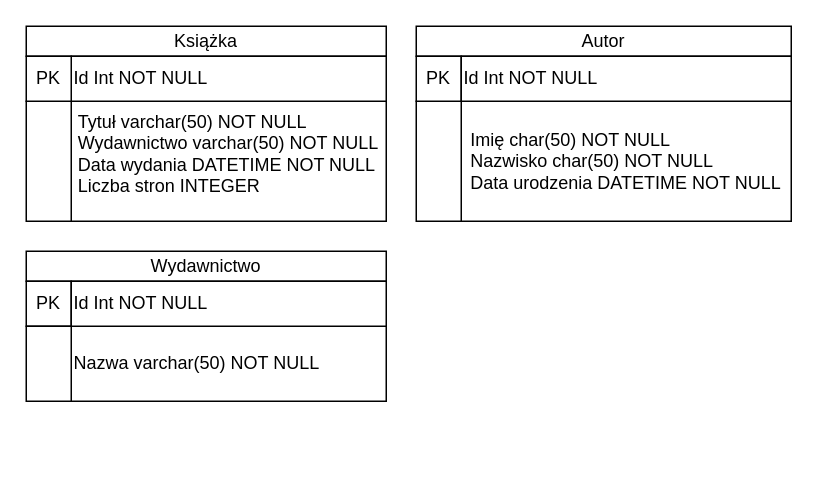
Earlier version of the draw.io diagram lab01/zad1.drawio (Korreq/RBD_PJATK). Source tidied: cells renumbered, new cells numbered last; positions are measured from the earlier drawing's top-left corner, leaving out a move shared by most shapes. Both pictures are drawn from the tidied source at 150%, with x=0, y=0 at pixel (26, 26).
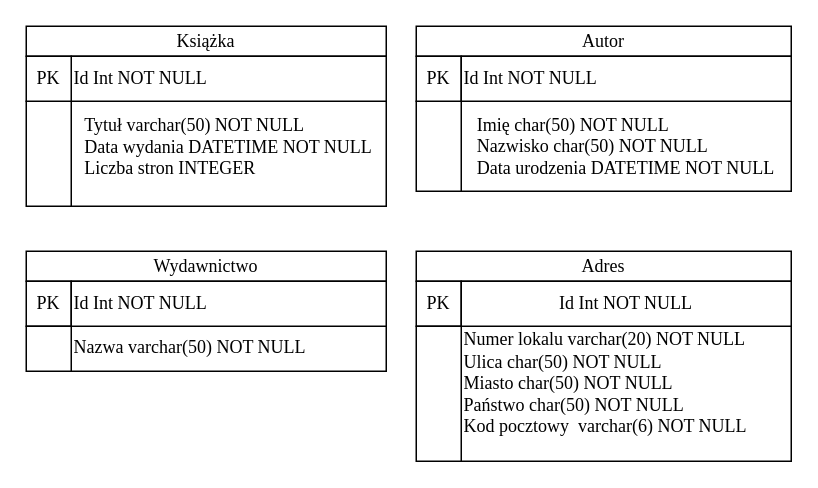
After the change.

The edit, as a diff of the source:
```diff
@@
-    <mxCell id="2" value="&lt;div align=&quot;left&quot;&gt;&amp;nbsp;&lt;span style=&quot;white-space: pre;&quot;&gt;&#9;&lt;/span&gt;&lt;br&gt;&lt;/div&gt;&lt;div align=&quot;left&quot;&gt;&lt;br&gt;&lt;/div&gt;&lt;div align=&quot;left&quot;&gt;Tytuł varchar(50) NOT NULL&lt;/div&gt;&lt;div align=&quot;left&quot;&gt;Wydawnictwo varchar(50) NOT NULL&lt;/div&gt;&lt;div align=&quot;left&quot;&gt;Data wydania DATETIME NOT NULL&lt;/div&gt;&lt;div align=&quot;left&quot;&gt;Liczba stron INTEGER &lt;br&gt;&lt;/div&gt;&lt;blockquote&gt;&lt;div align=&quot;center&quot;&gt;&lt;br&gt;&lt;/div&gt;&lt;/blockquote&gt;" style="rounded=0;whiteSpace=wrap;html=1;align=center;" parent="1" vertex="1">
-      <mxGeometry x="30" y="50" width="210" height="80" as="geometry" />
+    <mxCell id="2" value="&lt;div align=&quot;left&quot;&gt;&amp;nbsp;&lt;span style=&quot;white-space: pre;&quot;&gt;&#9;&lt;/span&gt;&lt;br&gt;&lt;/div&gt;&lt;div align=&quot;left&quot;&gt;&lt;br&gt;&lt;/div&gt;&lt;div align=&quot;left&quot;&gt;Tytuł varchar(50) NOT NULL&lt;/div&gt;&lt;div align=&quot;left&quot;&gt;Data wydania DATETIME NOT NULL&lt;/div&gt;&lt;div align=&quot;left&quot;&gt;Liczba stron INTEGER &lt;br&gt;&lt;/div&gt;&lt;blockquote&gt;&lt;div align=&quot;center&quot;&gt;&lt;br&gt;&lt;/div&gt;&lt;/blockquote&gt;" style="rounded=0;whiteSpace=wrap;html=1;align=center;fontFamily=Times New Roman;" parent="1" vertex="1">
+      <mxGeometry x="30" y="50" width="210" height="70" as="geometry" />
     </mxCell>
-    <mxCell id="3" value="&lt;div&gt;Książka&lt;/div&gt;" style="rounded=0;whiteSpace=wrap;html=1;" parent="1" vertex="1">
+    <mxCell id="3" value="&lt;div&gt;Książka&lt;/div&gt;" style="rounded=0;whiteSpace=wrap;html=1;fontFamily=Times New Roman;" parent="1" vertex="1">
       <mxGeometry width="240" height="20" as="geometry" />
     </mxCell>
-    <mxCell id="4" style="rounded=0;whiteSpace=wrap;html=1;" parent="1" vertex="1">
-      <mxGeometry y="50" width="30" height="80" as="geometry" />
+    <mxCell id="4" style="rounded=0;whiteSpace=wrap;html=1;fontFamily=Times New Roman;" parent="1" vertex="1">
+      <mxGeometry y="50" width="30" height="70" as="geometry" />
     </mxCell>
-    <mxCell id="5" value="&lt;div align=&quot;left&quot;&gt;Id Int NOT NULL&lt;/div&gt;" style="rounded=0;whiteSpace=wrap;html=1;align=left;" parent="1" vertex="1">
+    <mxCell id="5" value="&lt;div align=&quot;left&quot;&gt;Id Int NOT NULL&lt;/div&gt;" style="rounded=0;whiteSpace=wrap;html=1;align=left;fontFamily=Times New Roman;" parent="1" vertex="1">
       <mxGeometry x="30" y="20" width="210" height="30" as="geometry" />
     </mxCell>
-    <mxCell id="6" value="PK" style="rounded=0;whiteSpace=wrap;html=1;" parent="1" vertex="1">
+    <mxCell id="6" value="PK" style="rounded=0;whiteSpace=wrap;html=1;fontFamily=Times New Roman;" parent="1" vertex="1">
       <mxGeometry y="20" width="30" height="30" as="geometry" />
     </mxCell>
-    <mxCell id="7" value="&lt;div align=&quot;left&quot;&gt;Imię char(50) NOT NULL&lt;/div&gt;&lt;div align=&quot;left&quot;&gt;Nazwisko char(50) NOT NULL&lt;/div&gt;&lt;div align=&quot;left&quot;&gt;Data urodzenia DATETIME NOT NULL&lt;br&gt;&lt;/div&gt;" style="rounded=0;whiteSpace=wrap;html=1;" parent="1" vertex="1">
-      <mxGeometry x="290" y="50" width="220" height="80" as="geometry" />
+    <mxCell id="7" value="&lt;div align=&quot;left&quot;&gt;Imię char(50) NOT NULL&lt;/div&gt;&lt;div align=&quot;left&quot;&gt;Nazwisko char(50) NOT NULL&lt;/div&gt;&lt;div align=&quot;left&quot;&gt;Data urodzenia DATETIME NOT NULL&lt;br&gt;&lt;/div&gt;" style="rounded=0;whiteSpace=wrap;html=1;fontFamily=Times New Roman;" parent="1" vertex="1">
+      <mxGeometry x="290" y="50" width="220" height="60" as="geometry" />
     </mxCell>
-    <mxCell id="8" value="&lt;div&gt;Autor&lt;/div&gt;" style="rounded=0;whiteSpace=wrap;html=1;" parent="1" vertex="1">
+    <mxCell id="8" value="&lt;div&gt;Autor&lt;/div&gt;" style="rounded=0;whiteSpace=wrap;html=1;fontFamily=Times New Roman;" parent="1" vertex="1">
       <mxGeometry x="260" width="250" height="20" as="geometry" />
     </mxCell>
-    <mxCell id="9" style="rounded=0;whiteSpace=wrap;html=1;" parent="1" vertex="1">
-      <mxGeometry x="260" y="50" width="30" height="80" as="geometry" />
+    <mxCell id="9" style="rounded=0;whiteSpace=wrap;html=1;fontFamily=Times New Roman;" parent="1" vertex="1">
+      <mxGeometry x="260" y="50" width="30" height="60" as="geometry" />
     </mxCell>
-    <mxCell id="10" value="PK" style="rounded=0;whiteSpace=wrap;html=1;" parent="1" vertex="1">
+    <mxCell id="10" value="PK" style="rounded=0;whiteSpace=wrap;html=1;fontFamily=Times New Roman;" parent="1" vertex="1">
       <mxGeometry x="260" y="20" width="30" height="30" as="geometry" />
     </mxCell>
-    <mxCell id="11" value="Id Int NOT NULL" style="rounded=0;whiteSpace=wrap;html=1;align=left;" parent="1" vertex="1">
+    <mxCell id="11" value="Id Int NOT NULL" style="rounded=0;whiteSpace=wrap;html=1;align=left;fontFamily=Times New Roman;" parent="1" vertex="1">
       <mxGeometry x="290" y="20" width="220" height="30" as="geometry" />
     </mxCell>
-    <mxCell id="12" value="&lt;div&gt;Nazwa varchar(50) NOT NULL&lt;/div&gt;" style="rounded=0;whiteSpace=wrap;html=1;align=left;" parent="1" vertex="1">
-      <mxGeometry x="30" y="200" width="210" height="50" as="geometry" />
+    <mxCell id="12" value="&lt;div&gt;Nazwa varchar(50) NOT NULL&lt;/div&gt;" style="rounded=0;whiteSpace=wrap;html=1;align=left;fontFamily=Times New Roman;verticalAlign=top;" parent="1" vertex="1">
+      <mxGeometry x="30" y="200" width="210" height="30" as="geometry" />
     </mxCell>
-    <mxCell id="13" value="Wydawnictwo" style="rounded=0;whiteSpace=wrap;html=1;" parent="1" vertex="1">
+    <mxCell id="13" value="Wydawnictwo" style="rounded=0;whiteSpace=wrap;html=1;fontFamily=Times New Roman;" parent="1" vertex="1">
       <mxGeometry y="150" width="240" height="20" as="geometry" />
     </mxCell>
-    <mxCell id="14" value="&lt;div align=&quot;center&quot;&gt;PK&lt;span style=&quot;white-space: pre;&quot;&gt;&lt;/span&gt;&lt;/div&gt;" style="rounded=0;whiteSpace=wrap;html=1;" parent="1" vertex="1">
+    <mxCell id="14" value="&lt;div align=&quot;center&quot;&gt;PK&lt;span style=&quot;white-space: pre;&quot;&gt;&lt;/span&gt;&lt;/div&gt;" style="rounded=0;whiteSpace=wrap;html=1;fontFamily=Times New Roman;" parent="1" vertex="1">
       <mxGeometry y="170" width="30" height="30" as="geometry" />
     </mxCell>
-    <mxCell id="15" style="rounded=0;whiteSpace=wrap;html=1;" parent="1" vertex="1">
-      <mxGeometry y="200" width="30" height="50" as="geometry" />
+    <mxCell id="15" style="rounded=0;whiteSpace=wrap;html=1;fontFamily=Times New Roman;" parent="1" vertex="1">
+      <mxGeometry y="200" width="30" height="30" as="geometry" />
     </mxCell>
-    <mxCell id="16" value="Id Int NOT NULL" style="rounded=0;whiteSpace=wrap;html=1;align=left;" parent="1" vertex="1">
+    <mxCell id="16" value="Id Int NOT NULL" style="rounded=0;whiteSpace=wrap;html=1;align=left;fontFamily=Times New Roman;" parent="1" vertex="1">
       <mxGeometry x="30" y="170" width="210" height="30" as="geometry" />
     </mxCell>
+    <mxCell id="17" value="&lt;div&gt;Numer lokalu varchar(20) NOT NULL&lt;br&gt;Ulica char(50) NOT NULL&lt;/div&gt;&lt;div&gt;Miasto char(50) NOT NULL&lt;/div&gt;&lt;div&gt;Państwo char(50) NOT NULL&lt;/div&gt;&lt;div&gt;Kod pocztowy&amp;nbsp; varchar(6) NOT NULL&lt;br&gt;&lt;/div&gt;&lt;div&gt;&lt;br&gt;&lt;/div&gt;" style="rounded=0;whiteSpace=wrap;html=1;align=left;fontFamily=Times New Roman;" parent="1" vertex="1">
+      <mxGeometry x="290" y="200" width="220" height="90" as="geometry" />
+    </mxCell>
+    <mxCell id="18" value="Adres" style="rounded=0;whiteSpace=wrap;html=1;fontFamily=Times New Roman;" parent="1" vertex="1">
+      <mxGeometry x="260" y="150" width="250" height="20" as="geometry" />
+    </mxCell>
+    <mxCell id="19" value="PK" style="rounded=0;whiteSpace=wrap;html=1;fontFamily=Times New Roman;" parent="1" vertex="1">
+      <mxGeometry x="260" y="170" width="30" height="30" as="geometry" />
+    </mxCell>
+    <mxCell id="20" style="rounded=0;whiteSpace=wrap;html=1;fontFamily=Times New Roman;" parent="1" vertex="1">
+      <mxGeometry x="260" y="200" width="30" height="90" as="geometry" />
+    </mxCell>
+    <mxCell id="21" value="Id Int NOT NULL" style="rounded=0;whiteSpace=wrap;html=1;fontFamily=Times New Roman;" parent="1" vertex="1">
+      <mxGeometry x="290" y="170" width="220" height="30" as="geometry" />
+    </mxCell>
```
